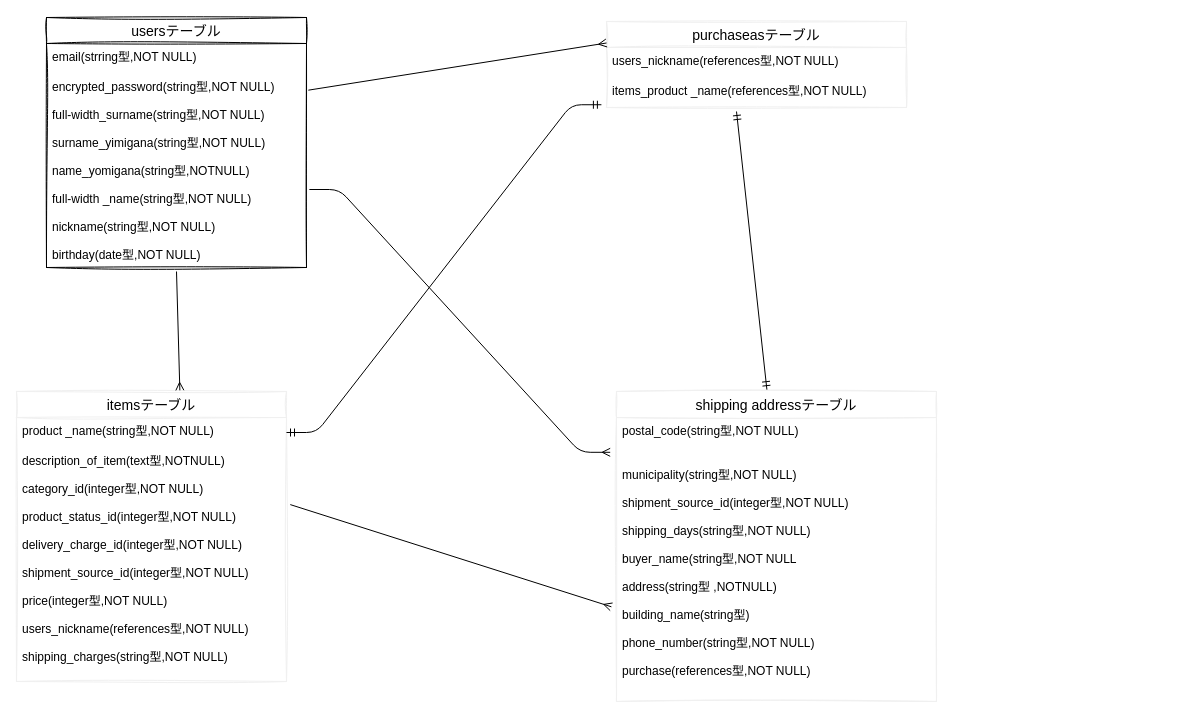
Earlier version of the draw.io diagram test.dio (ittetu981/furima-35865). Source tidied: cells renumbered, new cells numbered last; positions are measured from the earlier drawing's top-left corner, leaving out a move shared by most shapes. Both pictures are drawn from the tidied source at 100%, with x=0, y=0 at pixel (16, 17).
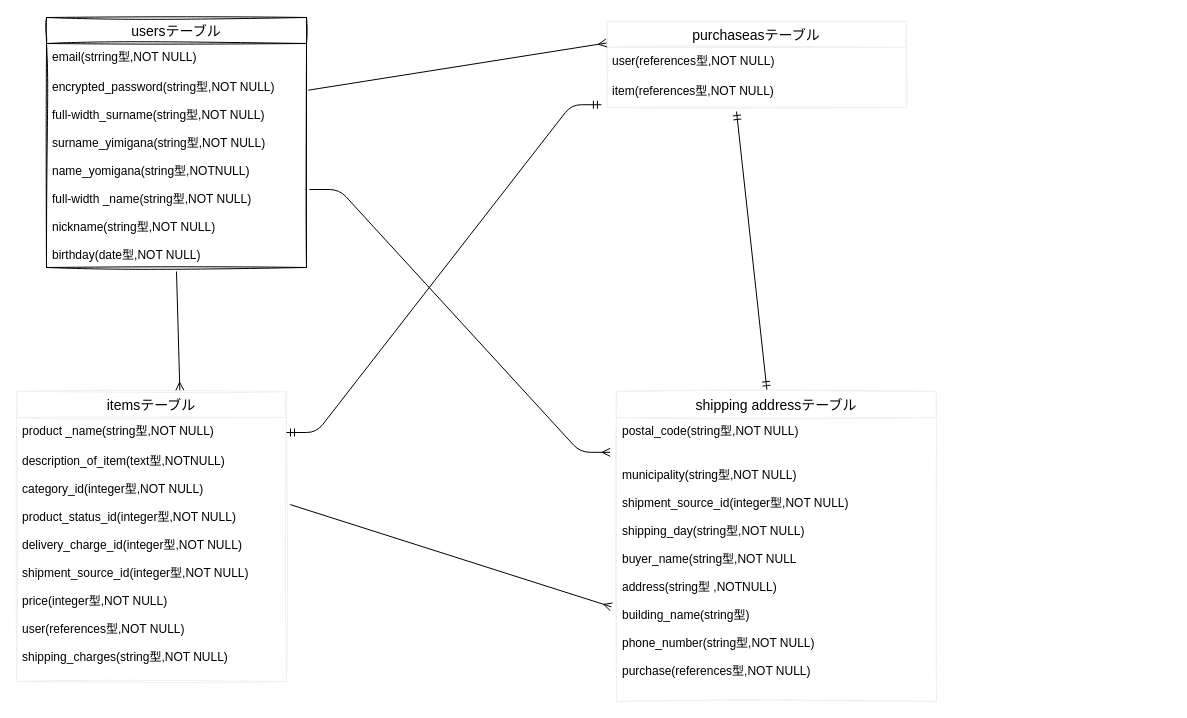
Above is the later version.

The change refers to these unchanged cells:
```xml
<mxCell id="6" value="itemsテーブル" style="swimlane;fontStyle=0;horizontal=1;startSize=26;align=center;fontSize=14;sketch=1;strokeColor=#f0f0f0;" parent="1" vertex="1">
  <mxGeometry y="374" width="270" height="290" as="geometry" />
</mxCell>
<mxCell id="9" value="purchaseasテーブル" style="swimlane;fontStyle=0;horizontal=1;startSize=26;align=center;fontSize=14;sketch=1;strokeColor=#f0f0f0;" parent="1" vertex="1">
  <mxGeometry x="590" y="4" width="300" height="86" as="geometry" />
</mxCell>
```

Diff of the diagram source:
```diff
@@
-    <mxCell id="8" value="description_of_item(text型,NOTNULL)&#10;&#10;category_id(integer型,NOT NULL)&#10;&#10;product_status_id(integer型,NOT NULL)&#10;&#10;delivery_charge_id(integer型,NOT NULL)&#10;&#10;shipment_source_id(integer型,NOT NULL)&#10;&#10;price(integer型,NOT NULL)&#10;&#10;users_nickname(references型,NOT NULL)&#10;&#10;shipping_charges(string型,NOT NULL)" style="text;strokeColor=none;fillColor=none;spacingLeft=4;spacingRight=4;overflow=hidden;points=[[0,0.5],[1,0.5]];portConstraint=eastwest;fontSize=12;" parent="6" vertex="1">
+    <mxCell id="8" value="description_of_item(text型,NOTNULL)&#10;&#10;category_id(integer型,NOT NULL)&#10;&#10;product_status_id(integer型,NOT NULL)&#10;&#10;delivery_charge_id(integer型,NOT NULL)&#10;&#10;shipment_source_id(integer型,NOT NULL)&#10;&#10;price(integer型,NOT NULL)&#10;&#10;user(references型,NOT NULL)&#10;&#10;shipping_charges(string型,NOT NULL)" style="text;strokeColor=none;fillColor=none;spacingLeft=4;spacingRight=4;overflow=hidden;points=[[0,0.5],[1,0.5]];portConstraint=eastwest;fontSize=12;" parent="6" vertex="1">
       <mxGeometry y="56" width="270" height="234" as="geometry" />
     </mxCell>
@@
-    <mxCell id="10" value="users_nickname(references型,NOT NULL)" style="text;strokeColor=none;fillColor=none;spacingLeft=4;spacingRight=4;overflow=hidden;fontSize=12;" parent="9" vertex="1">
+    <mxCell id="10" value="user(references型,NOT NULL)" style="text;strokeColor=none;fillColor=none;spacingLeft=4;spacingRight=4;overflow=hidden;fontSize=12;" parent="9" vertex="1">
       <mxGeometry y="26" width="300" height="30" as="geometry" />
     </mxCell>
-    <mxCell id="11" value="items_product _name(references型,NOT NULL)" style="text;strokeColor=none;fillColor=none;spacingLeft=4;spacingRight=4;overflow=hidden;points=[[0,0.5],[1,0.5]];portConstraint=eastwest;fontSize=12;" parent="9" vertex="1">
+    <mxCell id="11" value="item(references型,NOT NULL)" style="text;strokeColor=none;fillColor=none;spacingLeft=4;spacingRight=4;overflow=hidden;points=[[0,0.5],[1,0.5]];portConstraint=eastwest;fontSize=12;" parent="9" vertex="1">
       <mxGeometry y="56" width="300" height="30" as="geometry" />
     </mxCell>
@@
-    <mxCell id="20" value="municipality(string型,NOT NULL)&#10;&#10;shipment_source_id(integer型,NOT NULL)&#10;&#10;shipping_days(string型,NOT NULL)&#10;&#10;buyer_name(string型,NOT NULL&#10;&#10;address(string型 ,NOTNULL)&#10;&#10;building_name(string型)&#10;&#10;phone_number(string型,NOT NULL)&#10;&#10;purchase(references型,NOT NULL)&#10;&#10;&#10;" style="text;strokeColor=none;fillColor=none;spacingLeft=4;spacingRight=4;overflow=hidden;points=[[0,0.5],[1,0.5]];portConstraint=eastwest;fontSize=12;" parent="1" vertex="1">
+    <mxCell id="20" value="municipality(string型,NOT NULL)&#10;&#10;shipment_source_id(integer型,NOT NULL)&#10;&#10;shipping_day(string型,NOT NULL)&#10;&#10;buyer_name(string型,NOT NULL&#10;&#10;address(string型 ,NOTNULL)&#10;&#10;building_name(string型)&#10;&#10;phone_number(string型,NOT NULL)&#10;&#10;purchase(references型,NOT NULL)&#10;&#10;&#10;" style="text;strokeColor=none;fillColor=none;spacingLeft=4;spacingRight=4;overflow=hidden;points=[[0,0.5],[1,0.5]];portConstraint=eastwest;fontSize=12;" parent="1" vertex="1">
       <mxGeometry x="600" y="444" width="300" height="214" as="geometry" />
     </mxCell>
```
